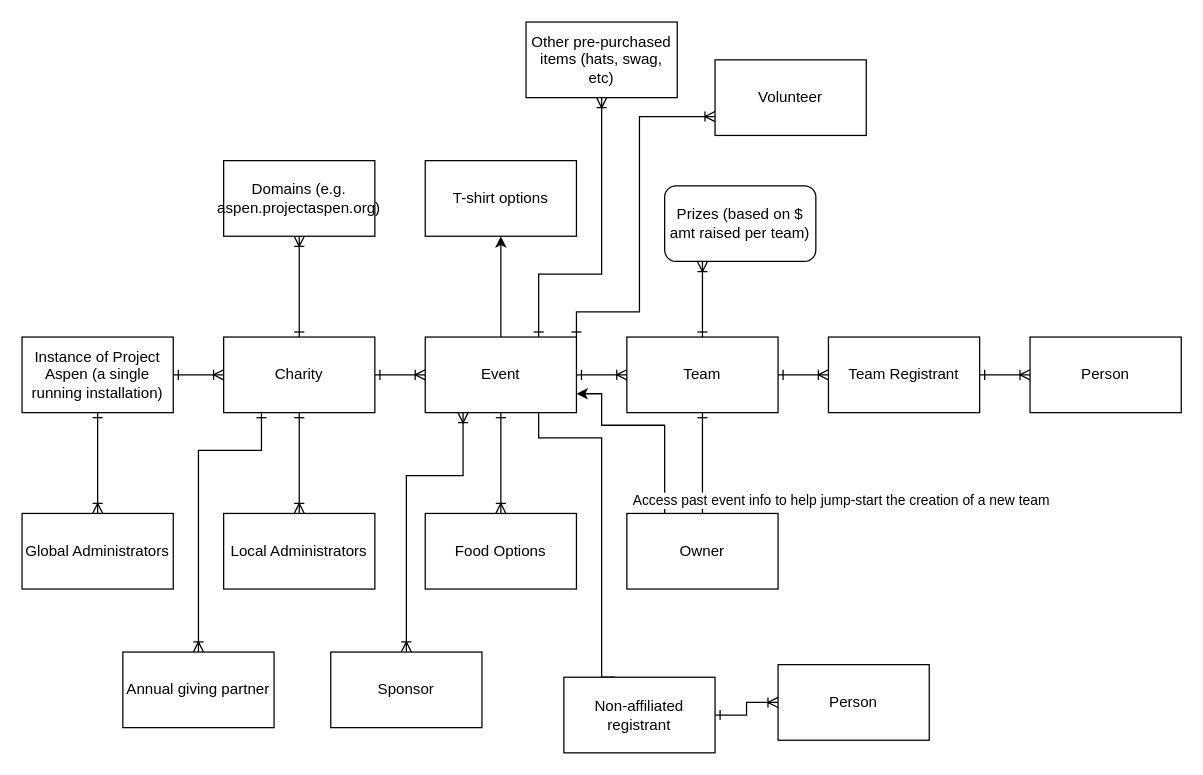
This is docs/datamodel.drawio from SnowSE/project_aspen, a draw.io file, before an edit. Source tidied: cells renumbered, new cells numbered last; positions are measured from the earlier drawing's top-left corner, leaving out a move shared by most shapes. Both pictures are drawn from the tidied source at 126%, with x=0, y=0 at pixel (21, 21).
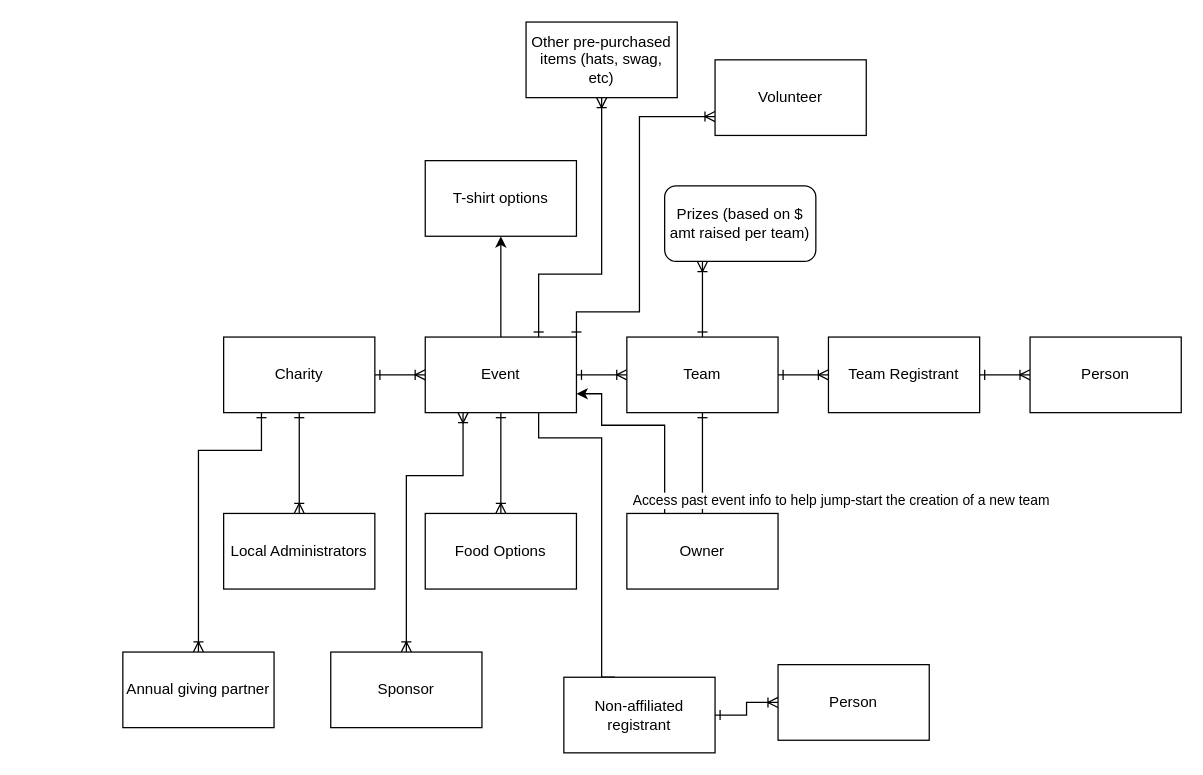
The same page after the edit.

The change refers to these unchanged cells:
```xml
<mxCell id="5" value="Charity" style="rounded=0;whiteSpace=wrap;html=1;" parent="1" vertex="1">
  <mxGeometry x="160" y="250" width="120" height="60" as="geometry" />
</mxCell>
```

The edit, as a diff of the source:
```diff
@@
-    <mxCell id="3" style="edgeStyle=orthogonalEdgeStyle;rounded=0;jettySize=auto;html=1;startArrow=ERone;startFill=0;endArrow=ERoneToMany;endFill=0;" parent="1" edge="1" source="5" target="24">
-      <mxGeometry relative="1" as="geometry" />
-    </mxCell>
@@
-    <mxCell id="6" style="edgeStyle=orthogonalEdgeStyle;rounded=0;jettySize=auto;html=1;endArrow=ERoneToMany;endFill=0;startArrow=ERone;startFill=0;" parent="1" edge="1" source="8" target="5">
-      <mxGeometry relative="1" as="geometry" />
-    </mxCell>
-    <mxCell id="7" style="edgeStyle=orthogonalEdgeStyle;rounded=0;jettySize=auto;html=1;startArrow=ERone;startFill=0;endArrow=ERoneToMany;endFill=0;" parent="1" edge="1" source="8" target="25">
-      <mxGeometry relative="1" as="geometry" />
-    </mxCell>
-    <mxCell id="8" value="Instance of Project Aspen (a single running installation)" style="rounded=0;whiteSpace=wrap;html=1;" parent="1" vertex="1">
-      <mxGeometry y="250" width="120" height="60" as="geometry" />
-    </mxCell>
@@
-    <mxCell id="24" value="Domains (e.g. aspen.projectaspen.org)" style="rounded=0;whiteSpace=wrap;html=1;" parent="1" vertex="1">
-      <mxGeometry x="160" y="110" width="120" height="60" as="geometry" />
-    </mxCell>
-    <mxCell id="25" value="Global Administrators" style="whiteSpace=wrap;html=1;rounded=0;" parent="1" vertex="1">
-      <mxGeometry y="390" width="120" height="60" as="geometry" />
-    </mxCell>
```
